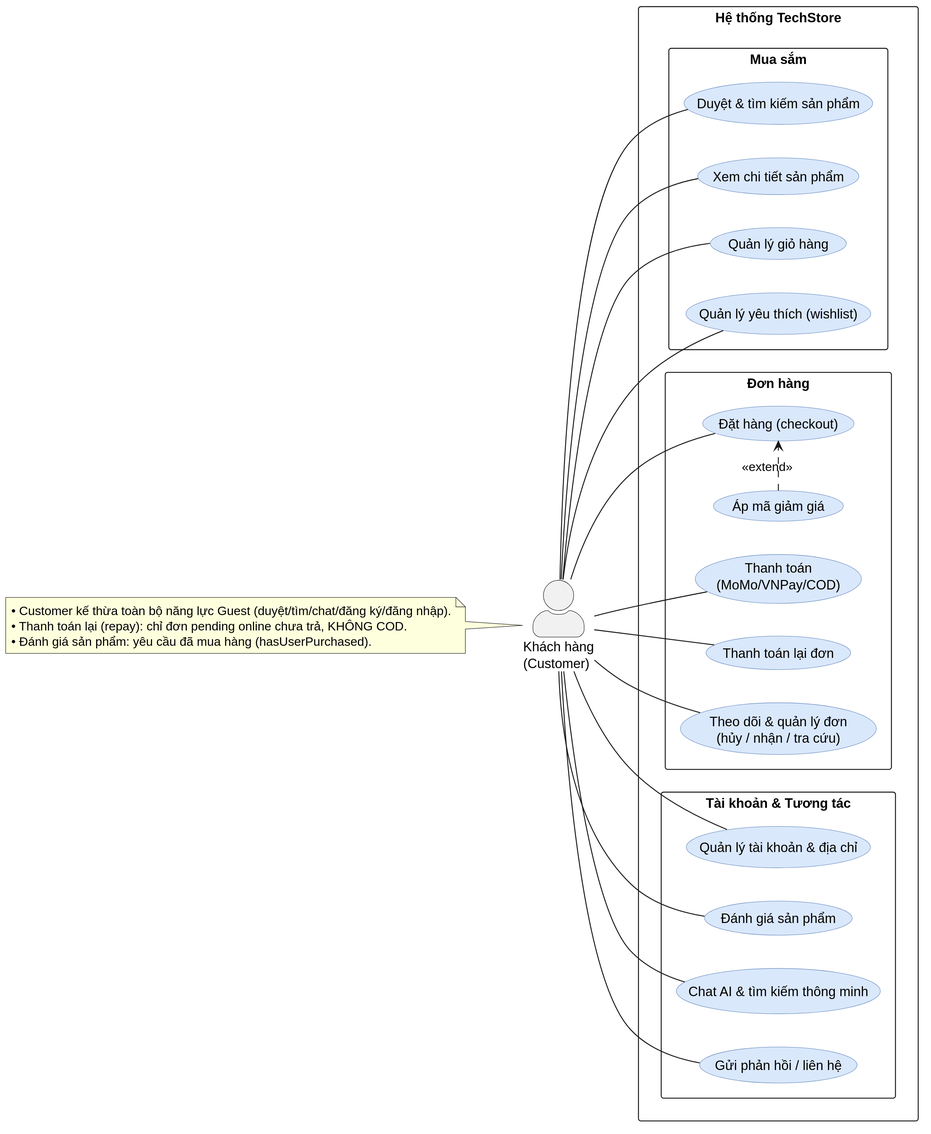
This is diagrams/usecase/usecase-02-overview-customer.svg from MinhThang1009/E-commerce-website, a PlantUML export, as it was before one commit. Its diagram source:
```plantuml
@startuml
left to right direction
skinparam dpi 300
skinparam backgroundColor #FFFFFF
skinparam shadowing false
skinparam packageStyle rectangle
skinparam usecase {
  BackgroundColor #DAE8FC
  BorderColor #6C8EBF
}
skinparam actorStyle awesome

actor "Khách hàng\n(Customer)" as customer

rectangle "Hệ thống TechStore" {
  package "Mua sắm" {
    usecase "Duyệt & tìm kiếm sản phẩm" as UC_browse
    usecase "Xem chi tiết sản phẩm" as UC_detail
    usecase "Quản lý giỏ hàng" as UC_cart
    usecase "Quản lý yêu thích (wishlist)" as UC_wish
  }
  package "Đơn hàng" {
    usecase "Đặt hàng (checkout)" as UC_order
    usecase "Áp mã giảm giá" as UC_discount
    usecase "Thanh toán\n(MoMo/VNPay/COD)" as UC_pay
    usecase "Thanh toán lại đơn" as UC_repay
    usecase "Theo dõi & quản lý đơn\n(hủy / nhận / tra cứu)" as UC_track
  }
  package "Tài khoản & Tương tác" {
    usecase "Quản lý tài khoản & địa chỉ" as UC_profile
    usecase "Đánh giá sản phẩm" as UC_review
    usecase "Chat AI & tìm kiếm thông minh" as UC_ai
    usecase "Gửi phản hồi / liên hệ" as UC_feedback
  }

  UC_discount .> UC_order : <<extend>>
}

customer -- UC_browse
customer -- UC_detail
customer -- UC_cart
customer -- UC_wish
customer -- UC_order
customer -- UC_pay
customer -- UC_repay
customer -- UC_track
customer -- UC_profile
customer -- UC_review
customer -- UC_ai
customer -- UC_feedback

note left of customer
  • Customer kế thừa toàn bộ năng lực Guest (duyệt/tìm/chat/đăng ký/đăng nhập).
  • Thanh toán lại (repay): chỉ đơn pending online chưa trả, KHÔNG COD.
  • Đánh giá sản phẩm: yêu cầu đã mua hàng (hasUserPurchased).
end note
@enduml
```
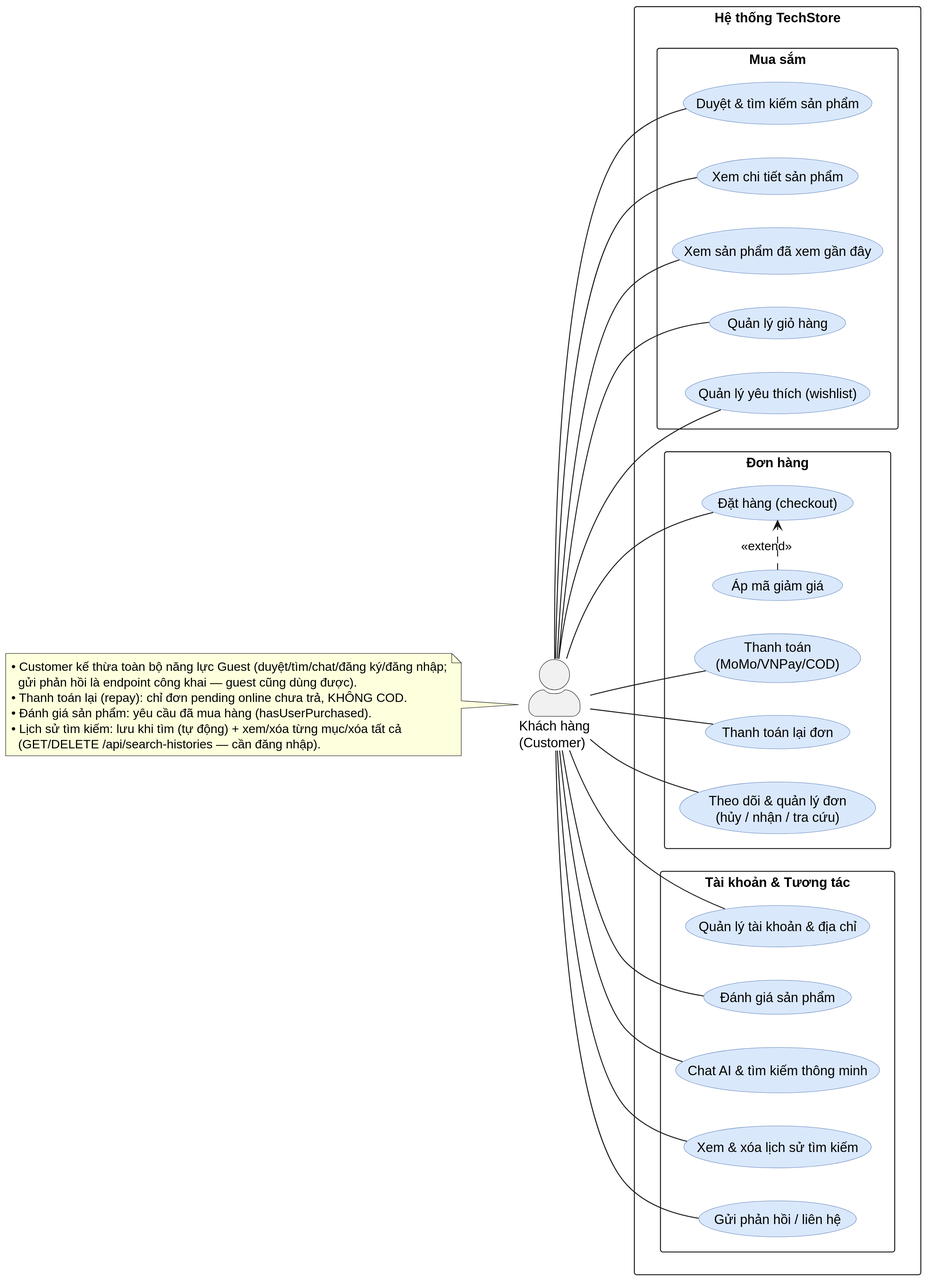
After the commit.

The edit, as a diff of the source:
```diff
@@ -16,6 +16,7 @@
   package "Mua sắm" {
     usecase "Duyệt & tìm kiếm sản phẩm" as UC_browse
     usecase "Xem chi tiết sản phẩm" as UC_detail
+    usecase "Xem sản phẩm đã xem gần đây" as UC_recent
     usecase "Quản lý giỏ hàng" as UC_cart
     usecase "Quản lý yêu thích (wishlist)" as UC_wish
   }
@@ -30,6 +31,7 @@
     usecase "Quản lý tài khoản & địa chỉ" as UC_profile
     usecase "Đánh giá sản phẩm" as UC_review
     usecase "Chat AI & tìm kiếm thông minh" as UC_ai
+    usecase "Xem & xóa lịch sử tìm kiếm" as UC_searchhist
     usecase "Gửi phản hồi / liên hệ" as UC_feedback
   }
 
@@ -38,6 +40,7 @@
 
 customer -- UC_browse
 customer -- UC_detail
+customer -- UC_recent
 customer -- UC_cart
 customer -- UC_wish
 customer -- UC_order
@@ -47,11 +50,15 @@
 customer -- UC_profile
 customer -- UC_review
 customer -- UC_ai
+customer -- UC_searchhist
 customer -- UC_feedback
 
 note left of customer
-  • Customer kế thừa toàn bộ năng lực Guest (duyệt/tìm/chat/đăng ký/đăng nhập).
+  • Customer kế thừa toàn bộ năng lực Guest (duyệt/tìm/chat/đăng ký/đăng nhập;
+    gửi phản hồi là endpoint công khai — guest cũng dùng được).
   • Thanh toán lại (repay): chỉ đơn pending online chưa trả, KHÔNG COD.
   • Đánh giá sản phẩm: yêu cầu đã mua hàng (hasUserPurchased).
+  • Lịch sử tìm kiếm: lưu khi tìm (tự động) + xem/xóa từng mục/xóa tất cả
+    (GET/DELETE /api/search-histories — cần đăng nhập).
 end note
 @enduml
```
